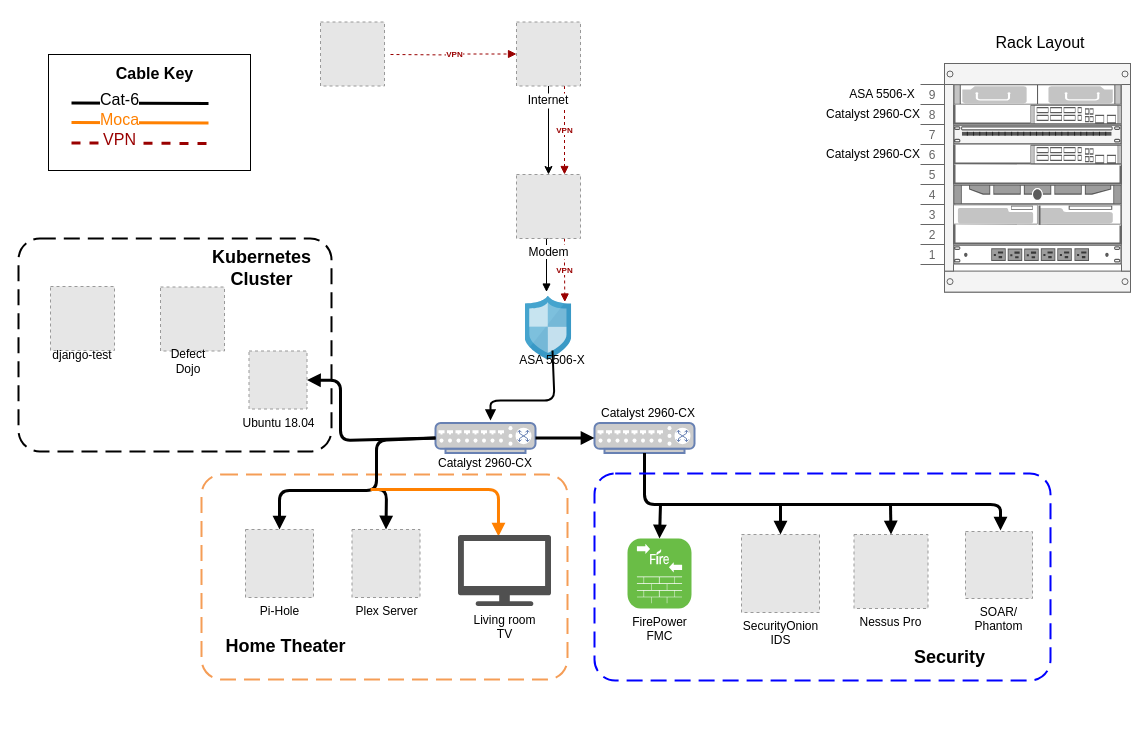
Above: HomeLab.drawio in trae-horton/SOAR (draw.io), before the change. Source tidied: cells renumbered, new cells numbered last; positions are measured from the earlier drawing's top-left corner, leaving out a move shared by most shapes. Both pictures are drawn from the tidied source at 100%, with x=0, y=0 at pixel (18, 22). Pictures stored in the file or linked from it are replaced by grey dashed boxes.
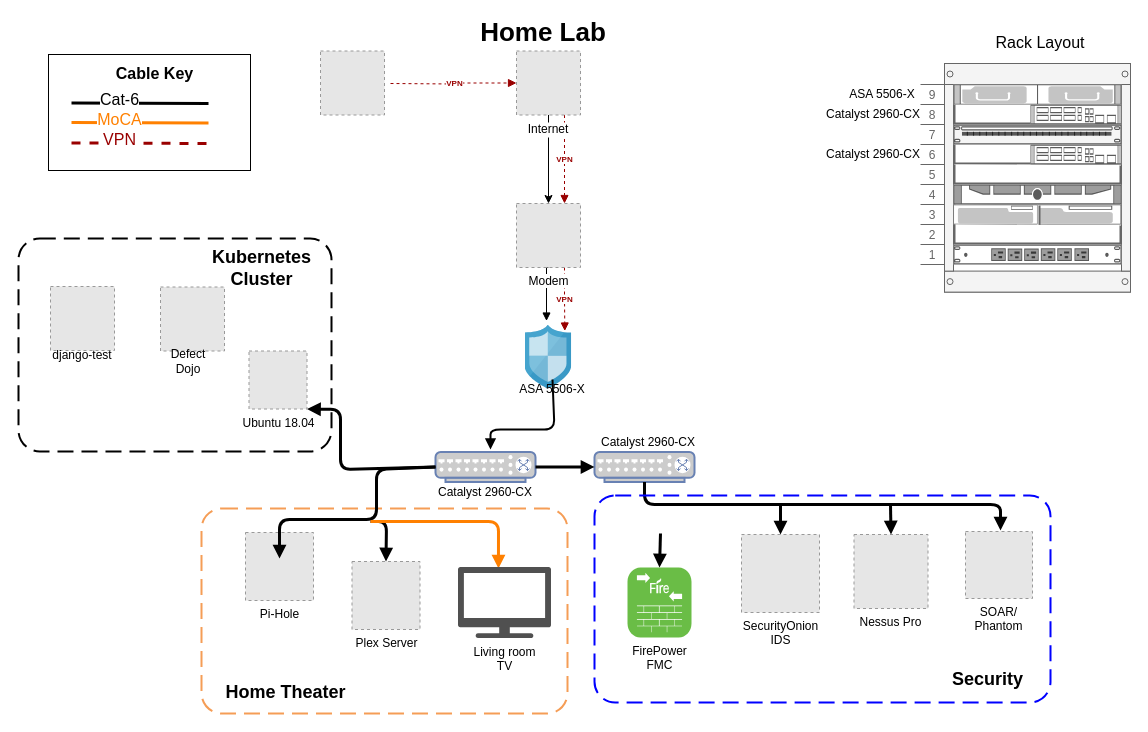
The same diagram, later.

The change refers to these unchanged cells:
```xml
<mxCell id="32" value="Ubuntu 18.04" style="fillColor=#E6E6E6;strokeColor=#999999;dashed=1;html=1;verticalAlign=top;verticalLabelPosition=bottom;labelBackgroundColor=#ffffff;" parent="1" vertex="1">
  <mxGeometry x="230.5" y="328.5" width="58" height="58" as="geometry" />
</mxCell>
<mxCell id="62" style="endArrow=none;html=1;fontSize=16;strokeWidth=3;strokeColor=#FF8000;" parent="1" edge="1">
  <mxGeometry relative="1" as="geometry">
    <mxPoint x="53" y="100" as="sourcePoint" />
    <mxPoint x="190" y="100.5" as="targetPoint" />
  </mxGeometry>
</mxCell>
```

Change to the diagram source:
```diff
@@
     <mxCell id="3" style="rounded=1;arcSize=10;dashed=1;strokeColor=#F59D56;fillColor=none;gradientColor=none;dashPattern=8 4;strokeWidth=2;" parent="1" vertex="1">
-      <mxGeometry x="183" y="452" width="366" height="205" as="geometry" />
+      <mxGeometry x="183" y="486" width="366" height="205" as="geometry" />
     </mxCell>
@@
     <mxCell id="7" value="Internet" style="fillColor=#E6E6E6;strokeColor=#999999;dashed=1;verticalLabelPosition=bottom;verticalAlign=top;labelBackgroundColor=#ffffff;" parent="1" vertex="1">
-      <mxGeometry x="498" y="-0.5" width="64" height="64" as="geometry" />
+      <mxGeometry x="498" y="28.5" width="64" height="64" as="geometry" />
     </mxCell>
@@
     <mxCell id="9" style="edgeStyle=orthogonalEdgeStyle;rounded=0;jettySize=auto;html=1;exitX=0.5;exitY=1;exitDx=0;exitDy=0;endArrow=block;endFill=1;strokeColor=#000000;fontSize=8;fontColor=#990000;" parent="1" edge="1" source="10">
       <mxGeometry relative="1" as="geometry">
-        <mxPoint x="528" y="269.5" as="targetPoint" />
+        <mxPoint x="528" y="298.5" as="targetPoint" />
         <Array as="points">
-          <mxPoint x="528" y="215.5" />
+          <mxPoint x="528" y="244.5" />
         </Array>
       </mxGeometry>
     </mxCell>
     <mxCell id="10" value="Modem" style="fillColor=#E6E6E6;strokeColor=#999999;dashed=1;html=1;verticalAlign=top;verticalLabelPosition=bottom;labelBackgroundColor=#ffffff;" parent="1" vertex="1">
-      <mxGeometry x="498" y="152" width="64" height="64" as="geometry" />
+      <mxGeometry x="498" y="181" width="64" height="64" as="geometry" />
     </mxCell>
     <mxCell id="11" style="html=1;perimeter=none;align=center;shadow=0;dashed=0;image;fontSize=12;image=img/lib/mscae/ShieldFirewall.svg;" parent="1" vertex="1">
-      <mxGeometry x="506.5" y="273.5" width="46.7" height="64" as="geometry" />
+      <mxGeometry x="506.5" y="302.5" width="46.7" height="64" as="geometry" />
     </mxCell>
     <mxCell id="12" value="VPN" style="edgeStyle=orthogonalEdgeStyle;rounded=0;jettySize=auto;html=1;exitX=1;exitY=0.5;exitDx=0;exitDy=0;entryX=0;entryY=0.5;entryDx=0;entryDy=0;dashed=1;gradientColor=#ea6b66;fillColor=#f8cecc;strokeColor=#990000;endArrow=block;endFill=1;fontSize=8;fontStyle=1;fontColor=#990000;" parent="1" edge="1" target="7">
       <mxGeometry relative="1" as="geometry">
-        <mxPoint x="372" y="32" as="sourcePoint" />
+        <mxPoint x="372" y="61" as="sourcePoint" />
       </mxGeometry>
     </mxCell>
     <mxCell id="13" style="fillColor=#E6E6E6;strokeColor=#999999;dashed=1;html=1;verticalAlign=top;verticalLabelPosition=bottom;labelBackgroundColor=#ffffff;" parent="1" vertex="1">
-      <mxGeometry x="302" y="-0.5" width="64" height="64" as="geometry" />
+      <mxGeometry x="302" y="28.5" width="64" height="64" as="geometry" />
     </mxCell>
@@
     <mxCell id="18" style="fontColor=#0066CC;verticalAlign=top;verticalLabelPosition=bottom;labelPosition=center;align=center;html=1;outlineConnect=0;fillColor=#CCCCCC;strokeColor=#6881B3;gradientColor=none;gradientDirection=north;strokeWidth=2;shape=mxgraph.networks.switch;" parent="1" vertex="1">
-      <mxGeometry x="417" y="400.5" width="100" height="30" as="geometry" />
+      <mxGeometry x="417" y="429.5" width="100" height="30" as="geometry" />
     </mxCell>
     <mxCell id="19" style="fontColor=#0066CC;verticalAlign=top;verticalLabelPosition=bottom;labelPosition=center;align=center;html=1;outlineConnect=0;fillColor=#CCCCCC;strokeColor=#6881B3;gradientColor=none;gradientDirection=north;strokeWidth=2;shape=mxgraph.networks.switch;" parent="1" vertex="1">
-      <mxGeometry x="576" y="400.5" width="100" height="30" as="geometry" />
+      <mxGeometry x="576" y="429.5" width="100" height="30" as="geometry" />
     </mxCell>
     <mxCell id="20" style="endArrow=block;html=1;endFill=1;strokeWidth=2;exitX=0.5;exitY=0;exitDx=0;exitDy=0;" parent="1" edge="1" source="21">
       <mxGeometry relative="1" as="geometry">
-        <mxPoint x="472" y="398" as="targetPoint" />
+        <mxPoint x="472" y="427" as="targetPoint" />
         <Array as="points">
-          <mxPoint x="536" y="378" />
-          <mxPoint x="472" y="378" />
+          <mxPoint x="536" y="407" />
+          <mxPoint x="472" y="407" />
         </Array>
       </mxGeometry>
     </mxCell>
     <mxCell id="21" value="ASA 5506-X" style="text;html=1;strokeColor=none;fillColor=none;align=center;verticalAlign=middle;whiteSpace=wrap;rounded=0;" parent="1" vertex="1">
-      <mxGeometry x="496" y="328" width="76" height="20" as="geometry" />
+      <mxGeometry x="496" y="357" width="76" height="20" as="geometry" />
     </mxCell>
     <mxCell id="22" value="Pi-Hole" style="fillColor=#E6E6E6;strokeColor=#999999;dashed=1;html=1;verticalAlign=top;verticalLabelPosition=bottom;labelBackgroundColor=#ffffff;" parent="1" vertex="1">
-      <mxGeometry x="227" y="507" width="68" height="68" as="geometry" />
+      <mxGeometry x="227" y="510" width="68" height="68" as="geometry" />
     </mxCell>
-    <mxCell id="23" style="endArrow=block;html=1;strokeWidth=3;entryX=0.5;entryY=0;entryDx=0;entryDy=0;exitX=0;exitY=0.5;exitDx=0;exitDy=0;exitPerimeter=0;endFill=1;" parent="1" edge="1" source="18" target="22">
+    <mxCell id="23" style="endArrow=block;html=1;strokeWidth=3;entryX=0.5;entryY=0;entryDx=0;entryDy=0;exitX=0;exitY=0.5;exitDx=0;exitDy=0;exitPerimeter=0;endFill=1;" parent="1" edge="1" source="18">
       <mxGeometry relative="1" as="geometry">
+        <mxPoint x="261" y="536" as="targetPoint" />
         <Array as="points">
-          <mxPoint x="358" y="418" />
-          <mxPoint x="358" y="468" />
-          <mxPoint x="261" y="468" />
+          <mxPoint x="358" y="447" />
+          <mxPoint x="358" y="497" />
+          <mxPoint x="261" y="497" />
         </Array>
       </mxGeometry>
     </mxCell>
     <mxCell id="24" value="Plex Server" style="fillColor=#E6E6E6;strokeColor=#999999;dashed=1;html=1;verticalAlign=top;verticalLabelPosition=bottom;labelBackgroundColor=#ffffff;" parent="1" vertex="1">
-      <mxGeometry x="333.5" y="507" width="68" height="68" as="geometry" />
+      <mxGeometry x="333.5" y="539" width="68" height="68" as="geometry" />
     </mxCell>
     <mxCell id="25" style="endArrow=block;html=1;strokeWidth=3;entryX=0.5;entryY=0;entryDx=0;entryDy=0;endFill=1;" parent="1" edge="1" target="24">
       <mxGeometry relative="1" as="geometry">
-        <mxPoint x="352" y="467" as="sourcePoint" />
+        <mxPoint x="352" y="499" as="sourcePoint" />
         <Array as="points">
-          <mxPoint x="368" y="467" />
+          <mxPoint x="368" y="499" />
         </Array>
       </mxGeometry>
     </mxCell>
-    <mxCell id="26" style="endArrow=block;html=1;strokeWidth=3;endFill=1;entryX=1;entryY=0.5;entryDx=0;entryDy=0;exitX=0;exitY=0.5;exitDx=0;exitDy=0;exitPerimeter=0;" parent="1" edge="1" source="18" target="32">
+    <mxCell id="26" style="endArrow=block;html=1;strokeWidth=3;endFill=1;entryX=1;entryY=0.5;entryDx=0;entryDy=0;exitX=0;exitY=0.5;exitDx=0;exitDy=0;exitPerimeter=0;" parent="1" edge="1" source="18">
       <mxGeometry relative="1" as="geometry">
+        <mxPoint x="288.5" y="386.5" as="targetPoint" />
         <Array as="points">
-          <mxPoint x="322" y="418" />
-          <mxPoint x="322" y="358" />
+          <mxPoint x="322" y="447" />
+          <mxPoint x="322" y="387" />
         </Array>
       </mxGeometry>
     </mxCell>
     <mxCell id="27" style="endArrow=block;html=1;strokeWidth=3;endFill=1;entryX=0.435;entryY=0.021;entryDx=0;entryDy=0;entryPerimeter=0;strokeColor=#FF8000;" parent="1" edge="1" target="54">
       <mxGeometry relative="1" as="geometry">
-        <mxPoint x="352" y="467" as="sourcePoint" />
+        <mxPoint x="352" y="499" as="sourcePoint" />
         <Array as="points">
-          <mxPoint x="480" y="467" />
+          <mxPoint x="480" y="499" />
         </Array>
       </mxGeometry>
     </mxCell>
     <mxCell id="28" value="FirePower&lt;br&gt;FMC" style="verticalLabelPosition=bottom;html=1;fillColor=#6ABD46;verticalAlign=top;align=center;points=[[0.06,0.06,0],[0.94,0.06,0],[0.94,0.94,0],[0.06,0.94,0],[0.25,0,0],[0.5,0,0],[0.75,0,0],[1,0.25,0],[1,0.5,0],[1,0.75,0],[0.75,1,0],[0.5,1,0],[0.25,1,0],[0,0.75,0],[0,0.5,0],[0,0.25,0]];shape=mxgraph.cisco_safe.architecture.firepower_appliance;" parent="1" vertex="1">
-      <mxGeometry x="609" y="516" width="64" height="70" as="geometry" />
+      <mxGeometry x="609" y="545" width="64" height="70" as="geometry" />
     </mxCell>
     <mxCell id="29" value="Catalyst 2960-CX" style="text;html=1;strokeColor=none;fillColor=none;align=center;verticalAlign=middle;whiteSpace=wrap;rounded=0;" parent="1" vertex="1">
-      <mxGeometry x="409" y="430.5" width="116" height="20" as="geometry" />
+      <mxGeometry x="409" y="459.5" width="116" height="20" as="geometry" />
     </mxCell>
     <mxCell id="30" value="Catalyst 2960-CX" style="text;html=1;strokeColor=none;fillColor=none;align=center;verticalAlign=middle;whiteSpace=wrap;rounded=0;" parent="1" vertex="1">
-      <mxGeometry x="572" y="380.5" width="116" height="20" as="geometry" />
+      <mxGeometry x="572" y="409.5" width="116" height="20" as="geometry" />
     </mxCell>
@@
     <mxCell id="51" style="endArrow=block;html=1;strokeWidth=3;entryX=0.5;entryY=0;entryDx=0;entryDy=0;entryPerimeter=0;endFill=1;" parent="1" edge="1" target="28">
       <mxGeometry relative="1" as="geometry">
-        <mxPoint x="642" y="482" as="sourcePoint" />
+        <mxPoint x="642" y="511" as="sourcePoint" />
       </mxGeometry>
     </mxCell>
@@
     <mxCell id="54" value="Living room&lt;br&gt;TV" style="shadow=0;dashed=0;html=1;strokeColor=none;fillColor=#505050;labelPosition=center;verticalLabelPosition=bottom;verticalAlign=top;outlineConnect=0;align=center;shape=mxgraph.office.devices.tv;" parent="1" vertex="1">
-      <mxGeometry x="439.5" y="512.5" width="93" height="71" as="geometry" />
+      <mxGeometry x="439.5" y="544.5" width="93" height="71" as="geometry" />
     </mxCell>
     <mxCell id="55" value="Home Theater" style="text;html=1;strokeColor=none;fillColor=none;align=center;verticalAlign=middle;whiteSpace=wrap;rounded=0;fontSize=18;fontStyle=1;" parent="1" vertex="1">
-      <mxGeometry x="197.5" y="614" width="139" height="20" as="geometry" />
+      <mxGeometry x="197.5" y="660" width="139" height="20" as="geometry" />
     </mxCell>
     <mxCell id="56" style="rounded=1;arcSize=10;dashed=1;strokeColor=#0000FF;fillColor=none;gradientColor=none;dashPattern=8 4;strokeWidth=2;" parent="1" vertex="1">
-      <mxGeometry x="576" y="451" width="456" height="207" as="geometry" />
+      <mxGeometry x="576" y="473" width="456" height="207" as="geometry" />
     </mxCell>
     <mxCell id="57" value="Security" style="text;html=1;strokeColor=none;fillColor=none;align=center;verticalAlign=middle;whiteSpace=wrap;rounded=0;fontSize=18;fontStyle=1;" parent="1" vertex="1">
-      <mxGeometry x="862" y="625" width="139" height="20" as="geometry" />
+      <mxGeometry x="900" y="647" width="139" height="20" as="geometry" />
     </mxCell>
@@
-    <mxCell id="63" value="Moca" style="text;html=1;align=center;verticalAlign=middle;labelBackgroundColor=#ffffff;fontSize=16;fontColor=#FF8000;" parent="62" vertex="1">
+    <mxCell id="63" value="MoCA" style="text;html=1;align=center;verticalAlign=middle;labelBackgroundColor=#ffffff;fontSize=16;fontColor=#FF8000;" parent="62" vertex="1">
       <mxGeometry x="-0.31" y="4" relative="1" as="geometry" />
     </mxCell>
@@
+    <mxCell id="70" value="Home Lab" style="text;html=1;strokeColor=none;fillColor=none;align=center;verticalAlign=middle;whiteSpace=wrap;rounded=0;fontStyle=1;fontSize=26;" parent="1" vertex="1">
+      <mxGeometry x="447" width="156" height="20" as="geometry" />
+    </mxCell>
```
